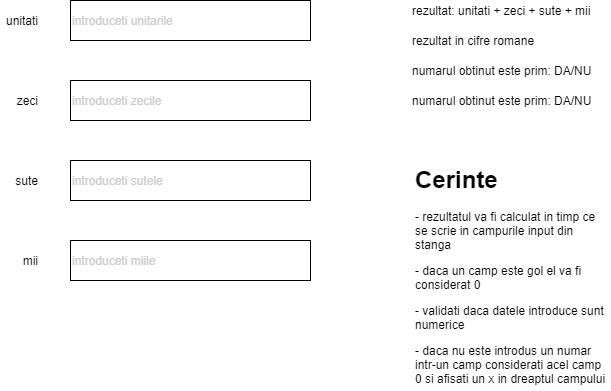
Above: sedinta44/formular calcul suma cifre.png in alexandru-perietanu/grupa1 (draw.io), before the change. Source tidied: cells renumbered, new cells last; positions are measured from the earlier drawing's top-left corner, leaving out a move shared by most shapes. Source of this version:
```xml
<mxGraphModel>
  <root>
    <mxCell id="0" />
    <mxCell id="1" parent="0" />
    <mxCell id="2" value="&lt;font color=&quot;#cccccc&quot;&gt;introduceti unitarile&lt;/font&gt;" style="rounded=0;whiteSpace=wrap;html=1;align=left;" parent="1" vertex="1">
      <mxGeometry x="70" width="240" height="40" as="geometry" />
    </mxCell>
    <mxCell id="3" value="&lt;span style=&quot;color: rgb(204 , 204 , 204) ; white-space: normal&quot;&gt;introduceti zecile&lt;/span&gt;" style="rounded=0;whiteSpace=wrap;html=1;align=left;" parent="1" vertex="1">
      <mxGeometry x="70" y="80" width="240" height="40" as="geometry" />
    </mxCell>
    <mxCell id="4" value="&lt;span style=&quot;color: rgb(204 , 204 , 204) ; white-space: normal&quot;&gt;introduceti sutele&lt;/span&gt;" style="rounded=0;whiteSpace=wrap;html=1;align=left;" parent="1" vertex="1">
      <mxGeometry x="70" y="160" width="240" height="40" as="geometry" />
    </mxCell>
    <mxCell id="5" value="&lt;span style=&quot;color: rgb(204 , 204 , 204) ; white-space: normal&quot;&gt;introduceti miile&lt;/span&gt;" style="rounded=0;whiteSpace=wrap;html=1;align=left;" parent="1" vertex="1">
      <mxGeometry x="70" y="240" width="240" height="40" as="geometry" />
    </mxCell>
    <mxCell id="6" value="unitati" style="text;html=1;strokeColor=none;fillColor=none;align=right;verticalAlign=middle;whiteSpace=wrap;rounded=0;" parent="1" vertex="1">
      <mxGeometry y="10" width="40" height="20" as="geometry" />
    </mxCell>
    <mxCell id="7" value="zeci" style="text;html=1;strokeColor=none;fillColor=none;align=right;verticalAlign=middle;whiteSpace=wrap;rounded=0;" parent="1" vertex="1">
      <mxGeometry y="90" width="40" height="20" as="geometry" />
    </mxCell>
    <mxCell id="8" value="sute" style="text;html=1;strokeColor=none;fillColor=none;align=right;verticalAlign=middle;whiteSpace=wrap;rounded=0;" parent="1" vertex="1">
      <mxGeometry y="170" width="40" height="20" as="geometry" />
    </mxCell>
    <mxCell id="9" value="mii" style="text;html=1;strokeColor=none;fillColor=none;align=right;verticalAlign=middle;whiteSpace=wrap;rounded=0;" parent="1" vertex="1">
      <mxGeometry y="250" width="40" height="20" as="geometry" />
    </mxCell>
    <mxCell id="10" value="rezultat: unitati + zeci + sute + mii" style="text;html=1;strokeColor=none;fillColor=none;align=left;verticalAlign=middle;whiteSpace=wrap;rounded=0;" parent="1" vertex="1">
      <mxGeometry x="410" width="200" height="20" as="geometry" />
    </mxCell>
    <mxCell id="11" value="rezultat in cifre romane" style="text;html=1;strokeColor=none;fillColor=none;align=left;verticalAlign=middle;whiteSpace=wrap;rounded=0;" parent="1" vertex="1">
      <mxGeometry x="410" y="30" width="200" height="20" as="geometry" />
    </mxCell>
    <mxCell id="12" value="numarul obtinut este prim: DA/NU" style="text;html=1;strokeColor=none;fillColor=none;align=left;verticalAlign=middle;whiteSpace=wrap;rounded=0;" parent="1" vertex="1">
      <mxGeometry x="410" y="60" width="200" height="20" as="geometry" />
    </mxCell>
    <mxCell id="13" value="numarul obtinut este prim: DA/NU" style="text;html=1;strokeColor=none;fillColor=none;align=left;verticalAlign=middle;whiteSpace=wrap;rounded=0;" parent="1" vertex="1">
      <mxGeometry x="410" y="90" width="200" height="20" as="geometry" />
    </mxCell>
    <mxCell id="14" value="&lt;h1&gt;Cerinte&lt;/h1&gt;&lt;p&gt;- rezultatul va fi calculat in timp ce se scrie in campurile input din stanga&lt;/p&gt;&lt;p&gt;- daca un camp este gol el va fi considerat 0&lt;/p&gt;&lt;p&gt;- validati daca datele introduce sunt numerice&lt;/p&gt;&lt;p&gt;- daca nu este introdus un numar intr-un camp considerati acel camp 0 si afisati un x in dreaptul campului&lt;/p&gt;" style="text;html=1;strokeColor=none;fillColor=none;spacing=5;spacingTop=-20;whiteSpace=wrap;overflow=hidden;rounded=0;align=left;" parent="1" vertex="1">
      <mxGeometry x="410" y="160" width="200" height="230" as="geometry" />
    </mxCell>
  </root>
</mxGraphModel>
```
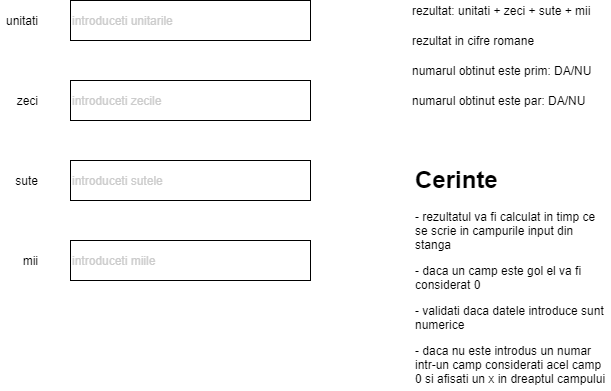
The same file after the commit.

Change to the diagram source:
```diff
@@ -35,7 +35,7 @@
     <mxCell id="12" value="numarul obtinut este prim: DA/NU" style="text;html=1;strokeColor=none;fillColor=none;align=left;verticalAlign=middle;whiteSpace=wrap;rounded=0;" parent="1" vertex="1">
       <mxGeometry x="410" y="60" width="200" height="20" as="geometry" />
     </mxCell>
-    <mxCell id="13" value="numarul obtinut este prim: DA/NU" style="text;html=1;strokeColor=none;fillColor=none;align=left;verticalAlign=middle;whiteSpace=wrap;rounded=0;" parent="1" vertex="1">
+    <mxCell id="13" value="numarul obtinut este par: DA/NU" style="text;html=1;strokeColor=none;fillColor=none;align=left;verticalAlign=middle;whiteSpace=wrap;rounded=0;" parent="1" vertex="1">
       <mxGeometry x="410" y="90" width="200" height="20" as="geometry" />
     </mxCell>
     <mxCell id="14" value="&lt;h1&gt;Cerinte&lt;/h1&gt;&lt;p&gt;- rezultatul va fi calculat in timp ce se scrie in campurile input din stanga&lt;/p&gt;&lt;p&gt;- daca un camp este gol el va fi considerat 0&lt;/p&gt;&lt;p&gt;- validati daca datele introduce sunt numerice&lt;/p&gt;&lt;p&gt;- daca nu este introdus un numar intr-un camp considerati acel camp 0 si afisati un x in dreaptul campului&lt;/p&gt;" style="text;html=1;strokeColor=none;fillColor=none;spacing=5;spacingTop=-20;whiteSpace=wrap;overflow=hidden;rounded=0;align=left;" parent="1" vertex="1">
```
